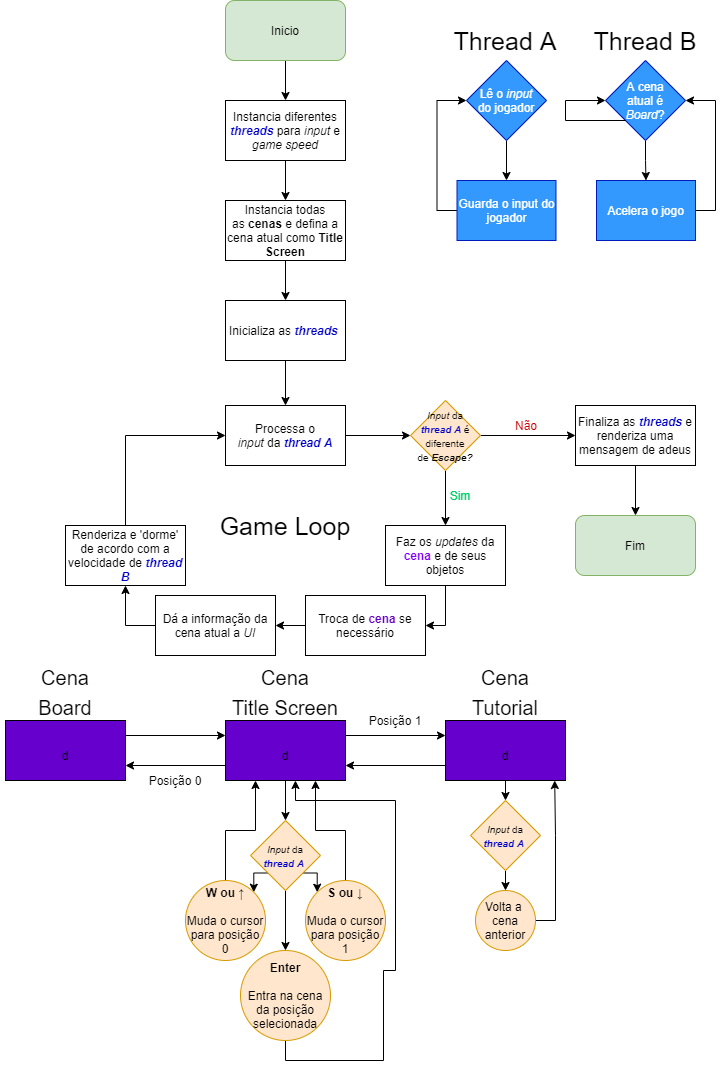
This is Diagrams/fluxo.png from condmaker/tetris-csharp, a draw.io export, as it was before one commit. Source tidied: cells renumbered, new cells last; positions are measured from the earlier drawing's top-left corner, leaving out a move shared by most shapes.
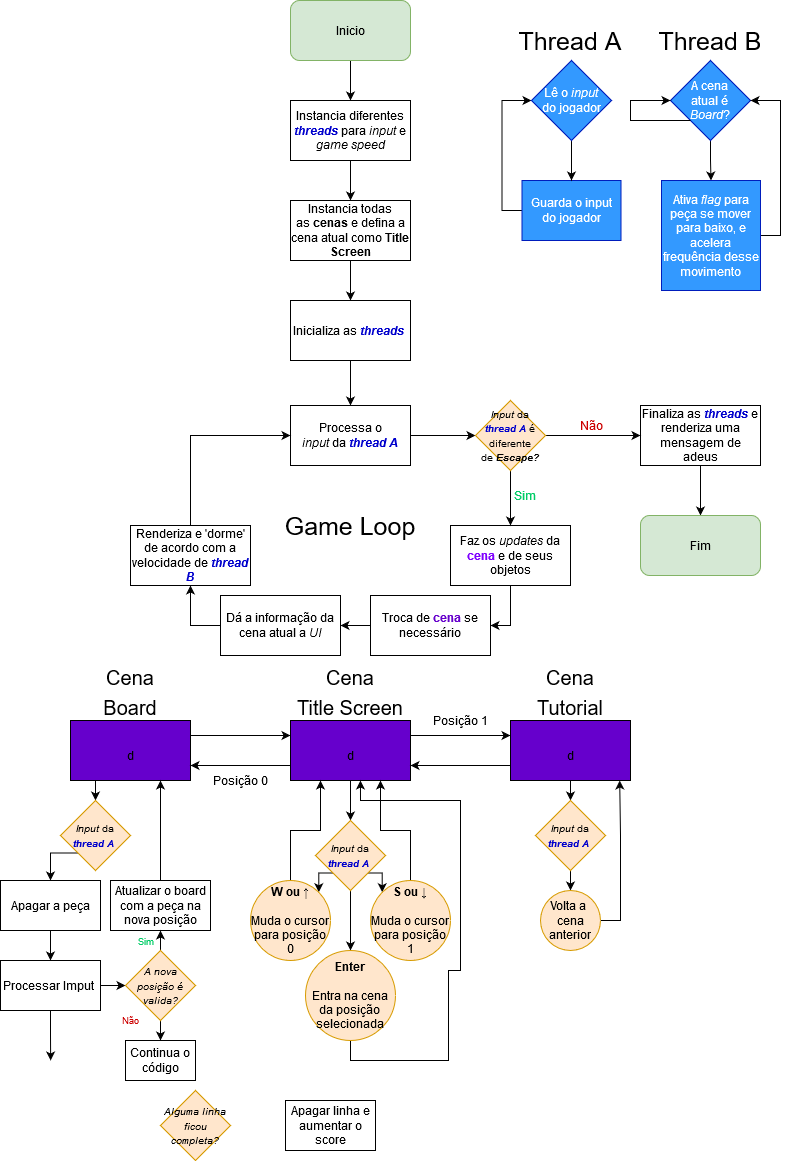
The same diagram one commit later.

Commit message:
Fix Thread B in fluxo Diagram

The edit, as a diff of the source:
```diff
@@ -98,6 +98,9 @@
     <mxCell id="33" style="edgeStyle=orthogonalEdgeStyle;rounded=0;jettySize=auto;html=1;exitX=1;exitY=0.25;exitDx=0;exitDy=0;entryX=0;entryY=0.25;entryDx=0;entryDy=0;fontSize=25;fontColor=#000000;" parent="1" edge="1" source="34" target="38">
       <mxGeometry relative="1" as="geometry" />
     </mxCell>
+    <mxCell id="68" style="edgeStyle=orthogonalEdgeStyle;rounded=0;jettySize=auto;html=1;exitX=0.25;exitY=1;exitDx=0;exitDy=0;entryX=0.5;entryY=0;entryDx=0;entryDy=0;" parent="1" edge="1" source="34" target="70">
+      <mxGeometry relative="1" as="geometry" />
+    </mxCell>
     <mxCell id="34" value="&lt;font style=&quot;font-size: 12px&quot;&gt;d&lt;/font&gt;" style="rounded=0;whiteSpace=wrap;html=1;fontSize=25;fontColor=#000000;fillColor=#6600CC;" parent="1" vertex="1">
       <mxGeometry x="5" y="720" width="120" height="60" as="geometry" />
     </mxCell>
@@ -211,8 +214,70 @@
     <mxCell id="66" style="edgeStyle=orthogonalEdgeStyle;rounded=0;jettySize=auto;html=1;exitX=1;exitY=0.5;exitDx=0;exitDy=0;entryX=1;entryY=0.5;entryDx=0;entryDy=0;fontSize=12;fontColor=#000000;" parent="1" edge="1" source="67" target="64">
       <mxGeometry relative="1" as="geometry" />
     </mxCell>
-    <mxCell id="67" value="Acelera o jogo" style="rounded=0;whiteSpace=wrap;html=1;strokeColor=#001DBC;fontColor=#ffffff;fillColor=#3399FF;" parent="1" vertex="1">
-      <mxGeometry x="596" y="180" width="99" height="60" as="geometry" />
+    <mxCell id="67" value="Ativa &lt;i&gt;flag&lt;/i&gt; para peça se mover para baixo, e acelera frequência desse movimento" style="rounded=0;whiteSpace=wrap;html=1;strokeColor=#001DBC;fontColor=#ffffff;fillColor=#3399FF;" parent="1" vertex="1">
+      <mxGeometry x="596" y="180" width="99" height="110" as="geometry" />
     </mxCell>
+    <mxCell id="69" style="edgeStyle=orthogonalEdgeStyle;rounded=0;jettySize=auto;html=1;exitX=0;exitY=1;exitDx=0;exitDy=0;" parent="1" edge="1" source="70" target="72">
+      <mxGeometry relative="1" as="geometry">
+        <Array as="points">
+          <mxPoint x="-15" y="852" />
+        </Array>
+      </mxGeometry>
+    </mxCell>
+    <mxCell id="70" value="&lt;font style=&quot;font-size: 10px&quot;&gt;&lt;i&gt;Input&lt;/i&gt;&lt;span&gt;&amp;nbsp;da&lt;br&gt;&lt;/span&gt;&lt;font color=&quot;#0000cc&quot; style=&quot;font-weight: bold ; font-style: italic ; font-size: 10px&quot;&gt;thread A&amp;nbsp;&lt;/font&gt;&lt;/font&gt;" style="rhombus;whiteSpace=wrap;html=1;fillColor=#ffe6cc;strokeColor=#d79b00;" parent="1" vertex="1">
+      <mxGeometry x="-5" y="800" width="70" height="70" as="geometry" />
+    </mxCell>
+    <mxCell id="71" style="edgeStyle=orthogonalEdgeStyle;rounded=0;jettySize=auto;html=1;exitX=0.5;exitY=1;exitDx=0;exitDy=0;entryX=0.5;entryY=0;entryDx=0;entryDy=0;" parent="1" edge="1" source="72" target="75">
+      <mxGeometry relative="1" as="geometry" />
+    </mxCell>
+    <mxCell id="72" value="Apagar a peça" style="rounded=0;whiteSpace=wrap;html=1;" parent="1" vertex="1">
+      <mxGeometry x="-65" y="880" width="100" height="50" as="geometry" />
+    </mxCell>
+    <mxCell id="73" style="edgeStyle=orthogonalEdgeStyle;rounded=0;jettySize=auto;html=1;exitX=1;exitY=0.5;exitDx=0;exitDy=0;entryX=0;entryY=0.5;entryDx=0;entryDy=0;fontColor=#00CC66;" parent="1" edge="1" source="75" target="80">
+      <mxGeometry relative="1" as="geometry" />
+    </mxCell>
+    <mxCell id="74" style="edgeStyle=orthogonalEdgeStyle;rounded=0;jettySize=auto;html=1;exitX=0.5;exitY=1;exitDx=0;exitDy=0;fontSize=9;fontColor=#00CC66;" parent="1" edge="1" source="75">
+      <mxGeometry relative="1" as="geometry">
+        <mxPoint x="-14.9" y="1060" as="targetPoint" />
+      </mxGeometry>
+    </mxCell>
+    <mxCell id="75" value="Processar Imput&amp;nbsp;" style="rounded=0;whiteSpace=wrap;html=1;" parent="1" vertex="1">
+      <mxGeometry x="-65" y="960" width="100" height="50" as="geometry" />
+    </mxCell>
+    <mxCell id="76" style="edgeStyle=orthogonalEdgeStyle;rounded=0;jettySize=auto;html=1;exitX=0.5;exitY=0;exitDx=0;exitDy=0;entryX=0.75;entryY=1;entryDx=0;entryDy=0;fontColor=#00CC66;" parent="1" edge="1" source="77" target="34">
+      <mxGeometry relative="1" as="geometry">
+        <Array as="points">
+          <mxPoint x="95" y="870" />
+          <mxPoint x="95" y="870" />
+        </Array>
+      </mxGeometry>
+    </mxCell>
+    <mxCell id="77" value="Atualizar o board com a peça na nova posição" style="rounded=0;whiteSpace=wrap;html=1;" parent="1" vertex="1">
+      <mxGeometry x="45" y="880" width="100" height="50" as="geometry" />
+    </mxCell>
+    <mxCell id="78" style="edgeStyle=orthogonalEdgeStyle;rounded=0;jettySize=auto;html=1;exitX=0.5;exitY=0;exitDx=0;exitDy=0;entryX=0.5;entryY=1;entryDx=0;entryDy=0;fontColor=#00CC66;" parent="1" edge="1" source="80" target="77">
+      <mxGeometry relative="1" as="geometry" />
+    </mxCell>
+    <mxCell id="79" style="edgeStyle=orthogonalEdgeStyle;rounded=0;jettySize=auto;html=1;exitX=0.5;exitY=1;exitDx=0;exitDy=0;entryX=0.5;entryY=0;entryDx=0;entryDy=0;fontSize=9;fontColor=#00CC66;" parent="1" edge="1" source="80" target="84">
+      <mxGeometry relative="1" as="geometry" />
+    </mxCell>
+    <mxCell id="80" value="&lt;span style=&quot;font-size: 10px&quot;&gt;&lt;i&gt;A nova posição é valida?&lt;/i&gt;&lt;/span&gt;" style="rhombus;whiteSpace=wrap;html=1;fillColor=#ffe6cc;strokeColor=#d79b00;" parent="1" vertex="1">
+      <mxGeometry x="60" y="950" width="70" height="70" as="geometry" />
+    </mxCell>
+    <mxCell id="81" value="&lt;font style=&quot;font-size: 9px&quot;&gt;Sim&lt;/font&gt;" style="text;html=1;align=center;verticalAlign=middle;fontStyle=0;fontColor=#00CC66;" parent="1" vertex="1">
+      <mxGeometry x="65" y="930" width="30" height="20" as="geometry" />
+    </mxCell>
+    <mxCell id="82" value="&lt;span style=&quot;font-size: 10px&quot;&gt;&lt;i&gt;Alguma linha&lt;br&gt;ficou completa?&lt;/i&gt;&lt;br&gt;&lt;/span&gt;" style="rhombus;whiteSpace=wrap;html=1;fillColor=#ffe6cc;strokeColor=#d79b00;" parent="1" vertex="1">
+      <mxGeometry x="95" y="1090" width="70" height="70" as="geometry" />
+    </mxCell>
+    <mxCell id="83" value="Apagar linha e aumentar o score" style="rounded=0;whiteSpace=wrap;html=1;" parent="1" vertex="1">
+      <mxGeometry x="220" y="1100" width="90" height="50" as="geometry" />
+    </mxCell>
+    <mxCell id="84" value="Continua o código" style="rounded=0;whiteSpace=wrap;html=1;" parent="1" vertex="1">
+      <mxGeometry x="60" y="1040" width="70" height="40" as="geometry" />
+    </mxCell>
+    <mxCell id="85" value="&lt;font color=&quot;#cc0000&quot; style=&quot;font-size: 9px;&quot;&gt;Não&lt;/font&gt;" style="text;html=1;align=center;verticalAlign=middle;fontColor=#00CC66;fontSize=9;" parent="1" vertex="1">
+      <mxGeometry x="50" y="1010" width="30" height="20" as="geometry" />
+    </mxCell>
   </root>
 </mxGraphModel>
```
